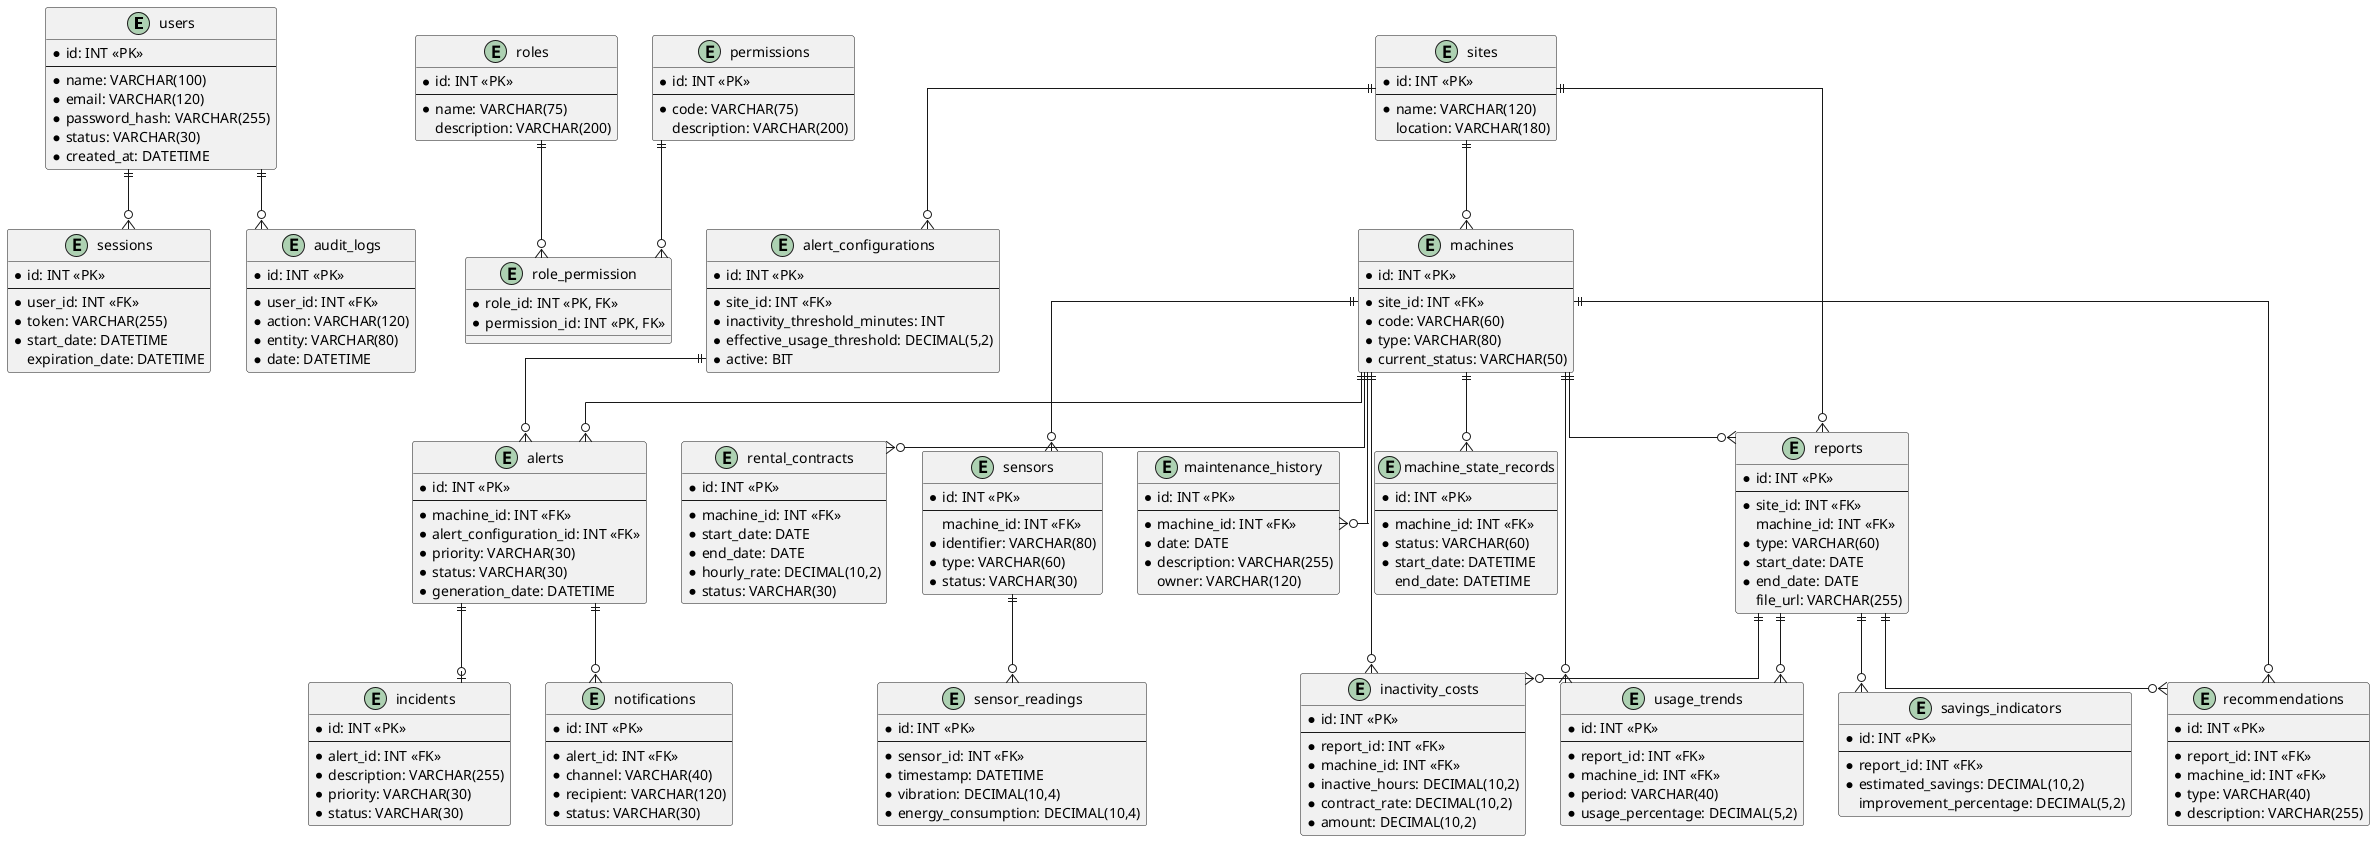
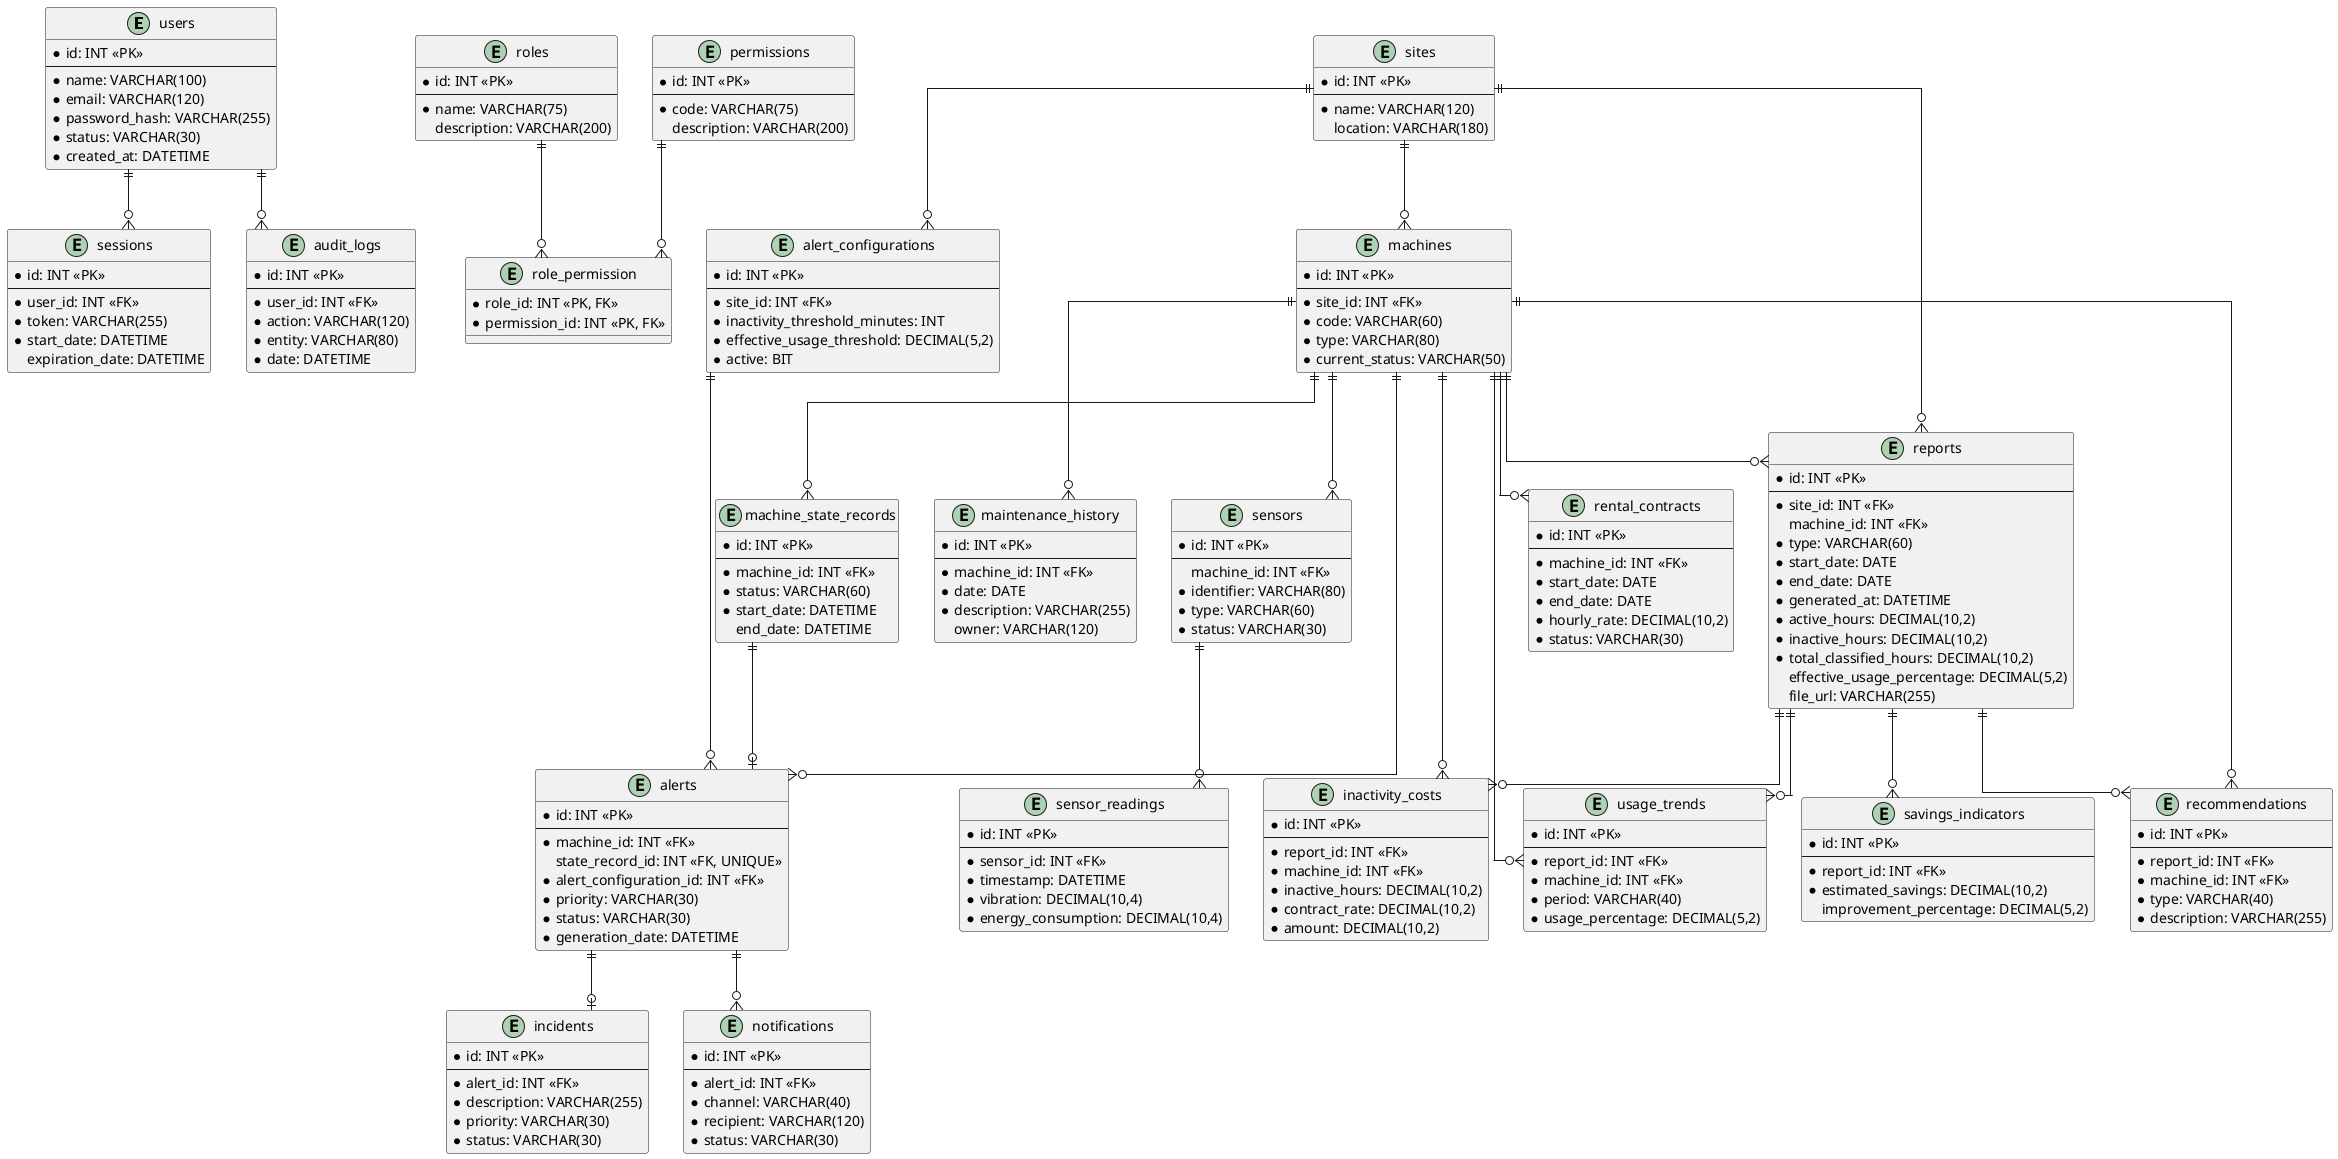
@startuml "ERD: WorkMeter"
skinparam linetype ortho

entity users {
    *id: INT <<PK>>
    --
    *name: VARCHAR(100)
    *email: VARCHAR(120)
    *password_hash: VARCHAR(255)
    *status: VARCHAR(30)
    *created_at: DATETIME
}
entity roles {
    *id: INT <<PK>>
    --
    *name: VARCHAR(75)
    description: VARCHAR(200)
}
entity permissions {
    *id: INT <<PK>>
    --
    *code: VARCHAR(75)
    description: VARCHAR(200)
}
entity role_permission {
    *role_id: INT <<PK, FK>>
    *permission_id: INT <<PK, FK>>
}
entity sessions {
    *id: INT <<PK>>
    --
    *user_id: INT <<FK>>
    *token: VARCHAR(255)
    *start_date: DATETIME
    expiration_date: DATETIME
}
entity audit_logs {
    *id: INT <<PK>>
    --
    *user_id: INT <<FK>>
    *action: VARCHAR(120)
    *entity: VARCHAR(80)
    *date: DATETIME
}
entity sites {
    *id: INT <<PK>>
    --
    *name: VARCHAR(120)
    location: VARCHAR(180)
}
entity machines {
    *id: INT <<PK>>
    --
    *site_id: INT <<FK>>
    *code: VARCHAR(60)
    *type: VARCHAR(80)
    *current_status: VARCHAR(50)
}
entity rental_contracts {
    *id: INT <<PK>>
    --
    *machine_id: INT <<FK>>
    *start_date: DATE
    *end_date: DATE
    *hourly_rate: DECIMAL(10,2)
    *status: VARCHAR(30)
}
entity sensors {
    *id: INT <<PK>>
    --
    machine_id: INT <<FK>>
    *identifier: VARCHAR(80)
    *type: VARCHAR(60)
    *status: VARCHAR(30)
}
entity sensor_readings {
    *id: INT <<PK>>
    --
    *sensor_id: INT <<FK>>
    *timestamp: DATETIME
    *vibration: DECIMAL(10,4)
    *energy_consumption: DECIMAL(10,4)
}
entity machine_state_records {
    *id: INT <<PK>>
    --
    *machine_id: INT <<FK>>
    *status: VARCHAR(60)
    *start_date: DATETIME
    end_date: DATETIME
}
entity alert_configurations {
    *id: INT <<PK>>
    --
    *site_id: INT <<FK>>
    *inactivity_threshold_minutes: INT
    *effective_usage_threshold: DECIMAL(5,2)
    *active: BIT
}
entity alerts {
    *id: INT <<PK>>
    --
    *machine_id: INT <<FK>>
+     state_record_id: INT <<FK, UNIQUE>>
    *alert_configuration_id: INT <<FK>>
    *priority: VARCHAR(30)
    *status: VARCHAR(30)
    *generation_date: DATETIME
}
entity incidents {
    *id: INT <<PK>>
    --
    *alert_id: INT <<FK>>
    *description: VARCHAR(255)
    *priority: VARCHAR(30)
    *status: VARCHAR(30)
}
entity notifications {
    *id: INT <<PK>>
    --
    *alert_id: INT <<FK>>
    *channel: VARCHAR(40)
    *recipient: VARCHAR(120)
    *status: VARCHAR(30)
}
entity reports {
    *id: INT <<PK>>
    --
    *site_id: INT <<FK>>
    machine_id: INT <<FK>>
    *type: VARCHAR(60)
    *start_date: DATE
    *end_date: DATE
+     *generated_at: DATETIME
+     *active_hours: DECIMAL(10,2)
+     *inactive_hours: DECIMAL(10,2)
+     *total_classified_hours: DECIMAL(10,2)
+     effective_usage_percentage: DECIMAL(5,2)
    file_url: VARCHAR(255)
}
entity inactivity_costs {
    *id: INT <<PK>>
    --
    *report_id: INT <<FK>>
    *machine_id: INT <<FK>>
    *inactive_hours: DECIMAL(10,2)
    *contract_rate: DECIMAL(10,2)
    *amount: DECIMAL(10,2)
}
entity savings_indicators {
    *id: INT <<PK>>
    --
    *report_id: INT <<FK>>
    *estimated_savings: DECIMAL(10,2)
    improvement_percentage: DECIMAL(5,2)
}
entity usage_trends {
    *id: INT <<PK>>
    --
    *report_id: INT <<FK>>
    *machine_id: INT <<FK>>
    *period: VARCHAR(40)
    *usage_percentage: DECIMAL(5,2)
}
entity recommendations {
    *id: INT <<PK>>
    --
    *report_id: INT <<FK>>
    *machine_id: INT <<FK>>
    *type: VARCHAR(40)
    *description: VARCHAR(255)
}
entity maintenance_history {
    *id: INT <<PK>>
    --
    *machine_id: INT <<FK>>
    *date: DATE
    *description: VARCHAR(255)
    owner: VARCHAR(120)
}

roles ||--o{ role_permission
permissions ||--o{ role_permission
users ||--o{ sessions
users ||--o{ audit_logs
sites ||--o{ machines
sites ||--o{ alert_configurations
machines ||--o{ rental_contracts
machines ||--o{ sensors
sensors ||--o{ sensor_readings
machines ||--o{ machine_state_records
alert_configurations ||--o{ alerts
machines ||--o{ alerts
+ machine_state_records ||--o| alerts
alerts ||--o| incidents
alerts ||--o{ notifications
sites ||--o{ reports
machines ||--o{ reports
reports ||--o{ inactivity_costs
reports ||--o{ savings_indicators
reports ||--o{ usage_trends
reports ||--o{ recommendations
machines ||--o{ inactivity_costs
machines ||--o{ usage_trends
machines ||--o{ recommendations
machines ||--o{ maintenance_history
@enduml
